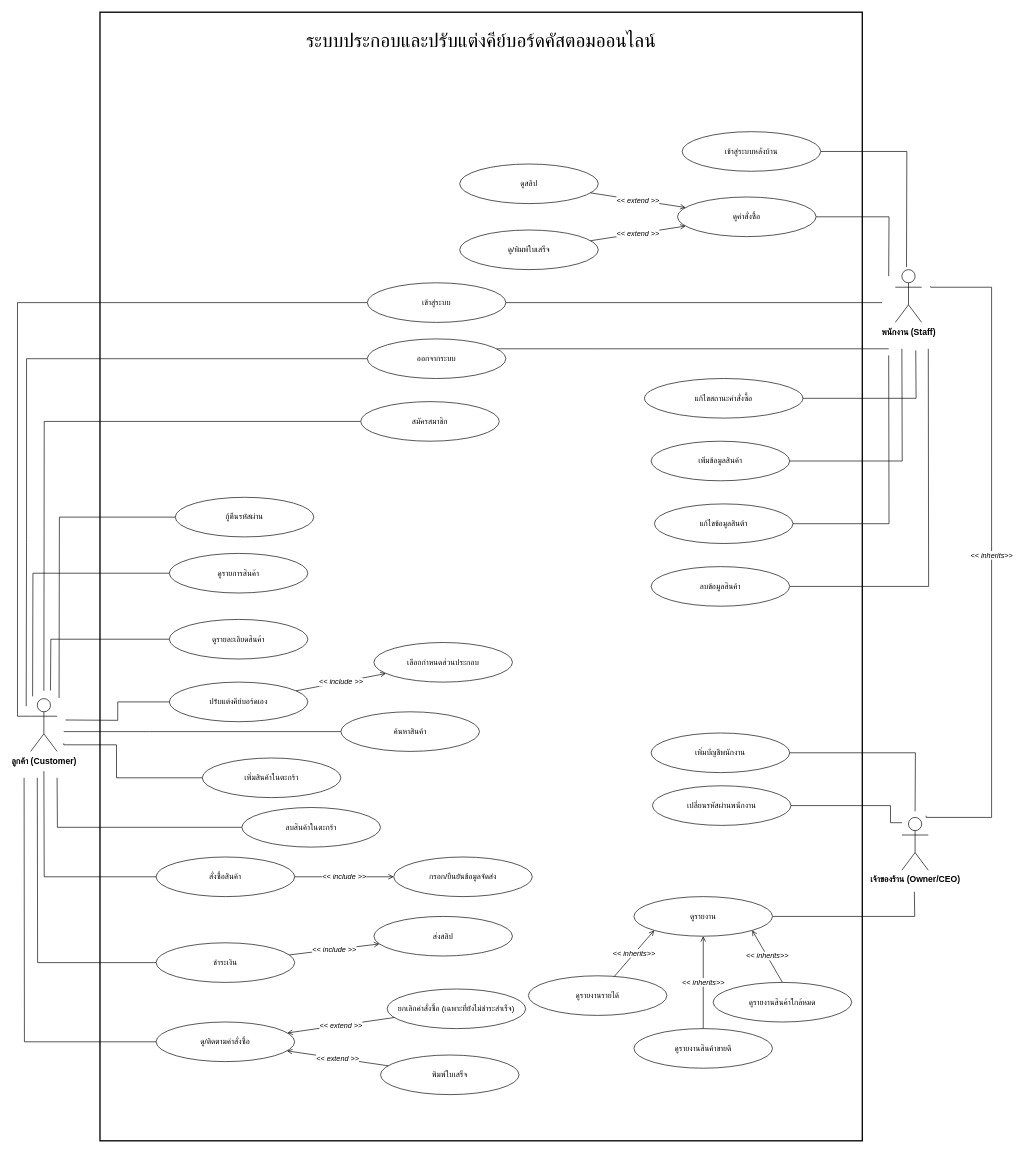
Before: Diagram/UseCase.drawio in Natthapong-boy/Custom-Keyboard-WebApp, a draw.io diagram. Source tidied: cells renumbered, new cells numbered last; positions are measured from the earlier drawing's top-left corner, leaving out a move shared by most shapes. Both pictures are drawn from the tidied source at 66%, with x=0, y=0 at pixel (24, 12).
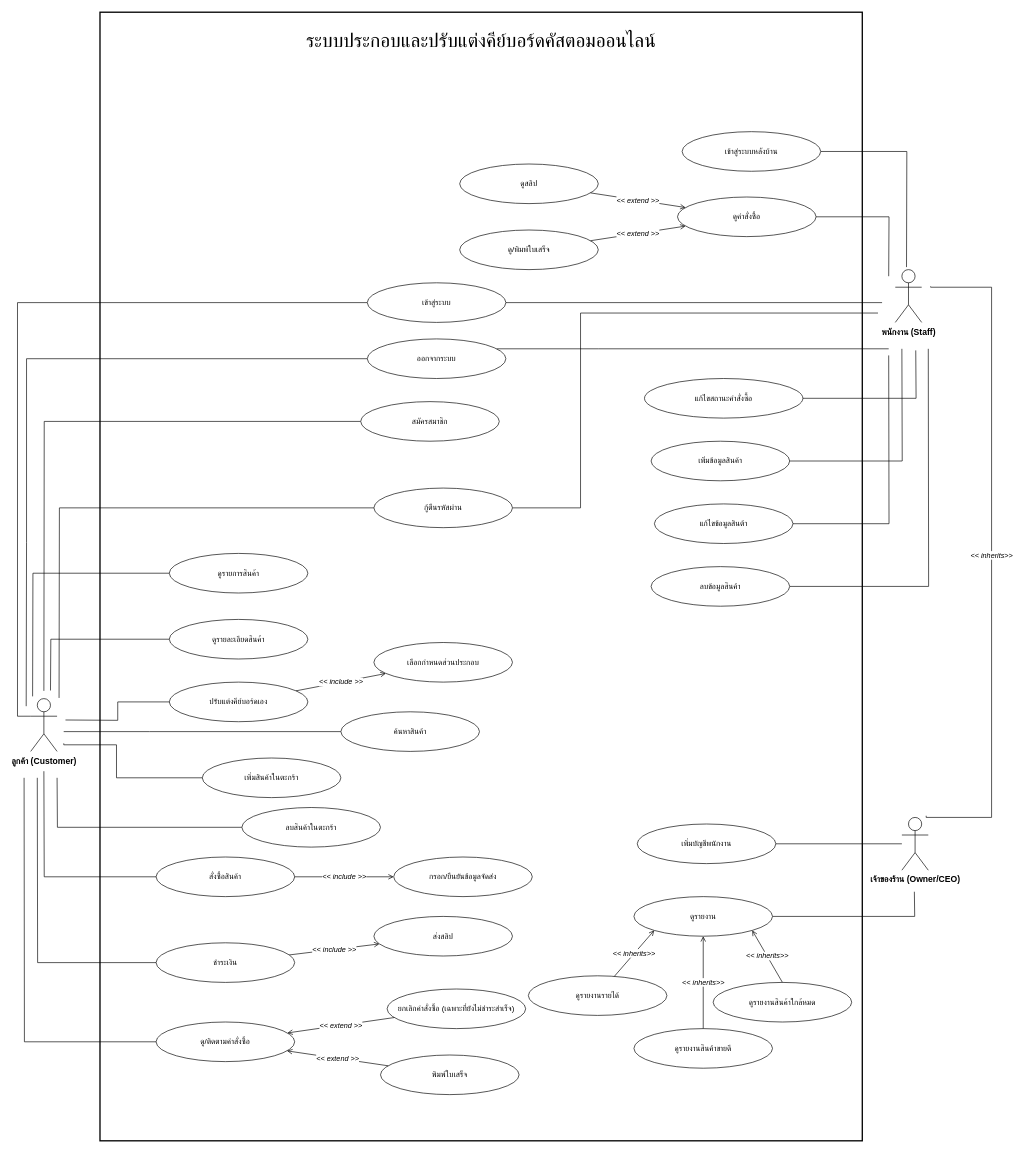
The same diagram, later.

The change refers to these unchanged cells:
```xml
<mxCell id="38" value="เจ้าของร้าน (Owner/CEO)" style="shape=umlActor;verticalLabelPosition=bottom;verticalAlign=top;html=1;outlineConnect=0;fontSize=13;fontStyle=1;" parent="1" vertex="1">
  <mxGeometry x="1330" y="1220" width="40" height="80" as="geometry" />
</mxCell>
```

What changed in the source:
```diff
@@
-    <mxCell id="36" value="เปลี่ยนรหัสผ่านพนักงาน" style="ellipse;whiteSpace=wrap;html=1;fontSize=12;" parent="1" vertex="1">
-      <mxGeometry x="952" y="1172.1" width="210" height="60" as="geometry" />
-    </mxCell>
@@
+    <mxCell id="73" style="edgeStyle=orthogonalEdgeStyle;rounded=0;jettySize=auto;html=1;defaultLabelBackgroundColor=gap;endArrow=none;endFill=0;" parent="1" edge="1" source="68" target="38">
+      <mxGeometry relative="1" as="geometry" />
+    </mxCell>
     <mxCell id="68" value="เพิ่มบัญชีพนักงาน" style="ellipse;whiteSpace=wrap;html=1;fontSize=12;" parent="1" vertex="1">
-      <mxGeometry x="950" y="1092.1" width="210" height="60" as="geometry" />
+      <mxGeometry x="929" y="1230" width="210" height="60" as="geometry" />
     </mxCell>
-    <mxCell id="69" style="edgeStyle=orthogonalEdgeStyle;rounded=0;jettySize=auto;html=1;endArrow=none;endFill=0;" parent="1" edge="1" source="68">
-      <mxGeometry x="0.03" relative="1" as="geometry">
-        <mxPoint x="1350" y="1210.8" as="targetPoint" />
-      </mxGeometry>
-    </mxCell>
-    <mxCell id="70" style="edgeStyle=orthogonalEdgeStyle;rounded=0;jettySize=auto;html=1;endArrow=none;endFill=0;" parent="1" edge="1" source="36" target="38">
-      <mxGeometry x="0.05" relative="1" as="geometry">
-        <Array as="points">
-          <mxPoint x="1312.7" y="1202.1" />
-          <mxPoint x="1312.7" y="1228" />
-        </Array>
-      </mxGeometry>
-    </mxCell>
@@
+    <mxCell id="74" style="edgeStyle=orthogonalEdgeStyle;rounded=0;jettySize=auto;html=1;defaultLabelBackgroundColor=gap;endArrow=none;endFill=0;" parent="1" edge="1" source="72">
+      <mxGeometry relative="1" as="geometry">
+        <mxPoint x="1293.8" y="455.8" as="targetPoint" />
+        <Array as="points">
+          <mxPoint x="843.1" y="751" />
+          <mxPoint x="843.1" y="455.8" />
+        </Array>
+      </mxGeometry>
+    </mxCell>
     <mxCell id="72" value="กู้ตืนรหัสผ่าน" style="ellipse;whiteSpace=wrap;html=1;fontSize=12;" parent="1" vertex="1">
-      <mxGeometry x="229" y="735" width="210" height="60" as="geometry" />
+      <mxGeometry x="530" y="721" width="210" height="60" as="geometry" />
     </mxCell>
```
